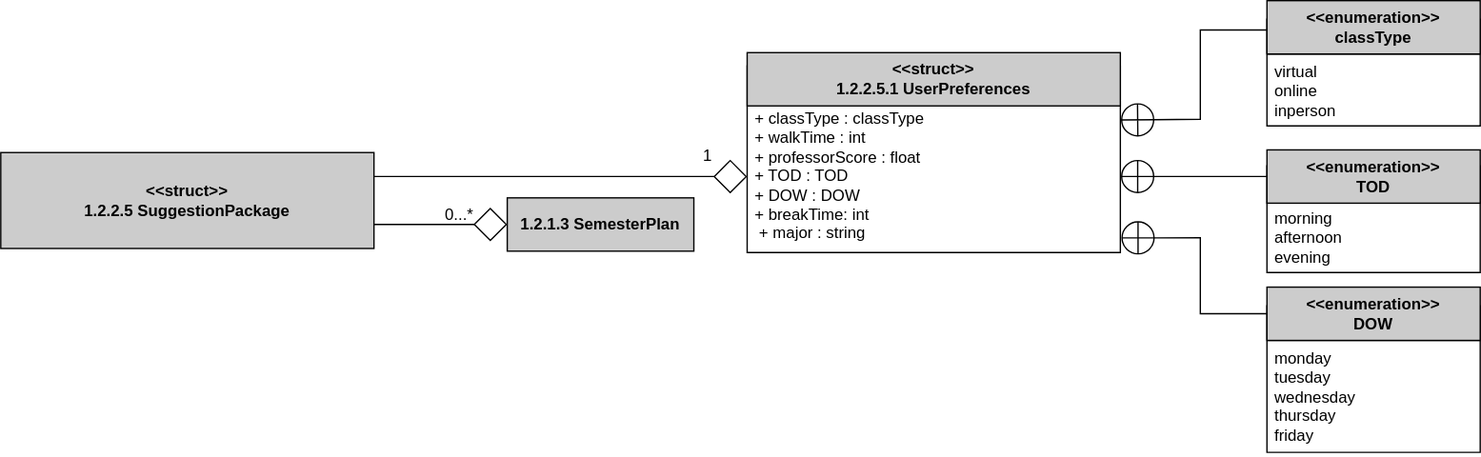
Above: Logic/TeamTwoFiles/1.2.2.5.1UserPreferencesClassDiagram.svg in MckennahPalmer/CSE430 (draw.io), before the change. Source tidied: cells renumbered, new cells last; positions are measured from the earlier drawing's top-left corner, leaving out a move shared by most shapes.
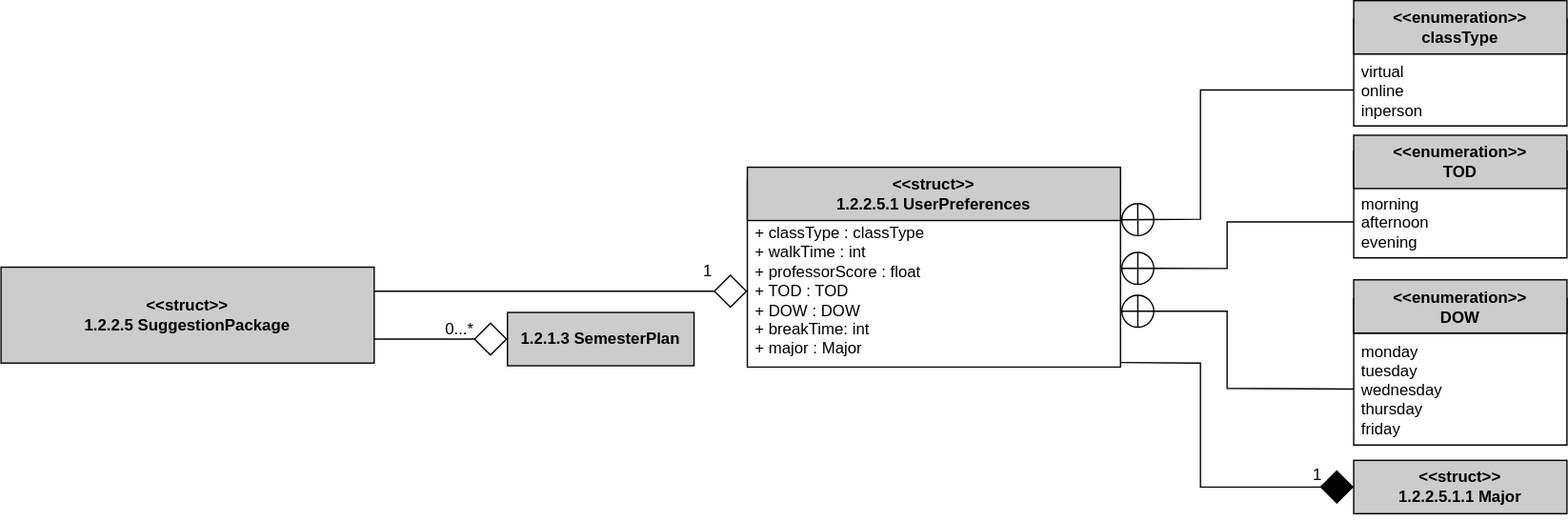
Above is the later version.

Commit message:
Added DIT and Diagram, made edits.

What changed in the source:
```diff
@@ -5,7 +5,7 @@
     <mxCell id="2" value="SuggestionPackage" style="swimlane;fontStyle=1;align=center;verticalAlign=top;horizontal=1;startSize=26;whiteSpace=wrap;html=1;fillColor=#CCCCCC;" parent="1" vertex="1">
       <mxGeometry x="560" y="49" width="280" height="140" as="geometry" />
     </mxCell>
-    <mxCell id="3" value="+ classType : classType&lt;br&gt;+ walkTime : int&lt;br&gt;+ professorScore : float&lt;br&gt;+ TOD : TOD&lt;br&gt;+ DOW : DOW&lt;br&gt;+ breakTime: int&lt;br&gt;&amp;nbsp;+ major : string" style="text;strokeColor=none;fillColor=none;align=left;verticalAlign=top;spacingLeft=4;spacingRight=4;overflow=hidden;points=[[0,0.5],[1,0.5]];portConstraint=eastwest;whiteSpace=wrap;html=1;" parent="2" vertex="1">
+    <mxCell id="3" value="+ classType : classType&lt;br&gt;+ walkTime : int&lt;br&gt;+ professorScore : float&lt;br&gt;+ TOD : TOD&lt;br&gt;+ DOW : DOW&lt;br&gt;+ breakTime: int&lt;br&gt;+ major : Major&lt;div&gt;&lt;br&gt;&lt;/div&gt;" style="text;strokeColor=none;fillColor=none;align=left;verticalAlign=top;spacingLeft=4;spacingRight=4;overflow=hidden;points=[[0,0.2,0,0,0],[0,0.4,0,0,0],[0,0.6,0,0,0],[0,0.8,0,0,0],[1,0.03,0,0,0],[1,0.35,0,0,0],[1,0.65,0,0,0],[1,0.97,0,0,0]];portConstraint=eastwest;whiteSpace=wrap;html=1;" parent="2" vertex="1">
       <mxGeometry y="26" width="280" height="114" as="geometry" />
     </mxCell>
     <mxCell id="4" value="&lt;b&gt;&amp;lt;&amp;lt;struct&amp;gt;&amp;gt;&lt;br style=&quot;border-color: var(--border-color);&quot;&gt;1.2.2.5 SuggestionPackage&lt;/b&gt;" style="rounded=0;whiteSpace=wrap;html=1;fillColor=#CCCCCC;" parent="1" vertex="1">
@@ -15,52 +15,32 @@
       <mxGeometry x="560" y="39" width="280" height="40" as="geometry" />
     </mxCell>
     <mxCell id="6" value="SuggestionPackage" style="swimlane;fontStyle=1;align=center;verticalAlign=top;horizontal=1;startSize=26;whiteSpace=wrap;html=1;fillColor=#CCCCCC;" parent="1" vertex="1">
-      <mxGeometry x="950" y="14" width="160" height="80" as="geometry" />
+      <mxGeometry x="1015" y="-72" width="160" height="80" as="geometry" />
     </mxCell>
     <mxCell id="7" value="virtual&lt;br&gt;online&lt;br&gt;inperson" style="text;strokeColor=none;fillColor=none;align=left;verticalAlign=top;spacingLeft=4;spacingRight=4;overflow=hidden;points=[[0,0.5],[1,0.5]];portConstraint=eastwest;whiteSpace=wrap;html=1;" parent="6" vertex="1">
       <mxGeometry y="26" width="160" height="54" as="geometry" />
     </mxCell>
     <mxCell id="8" value="&lt;b&gt;&amp;lt;&amp;lt;enumeration&amp;gt;&amp;gt;&lt;br style=&quot;border-color: var(--border-color);&quot;&gt;classType&lt;br&gt;&lt;/b&gt;" style="rounded=0;whiteSpace=wrap;html=1;fillColor=#CCCCCC;" parent="1" vertex="1">
-      <mxGeometry x="950" width="160" height="40" as="geometry" />
+      <mxGeometry x="1015" y="-86" width="160" height="40" as="geometry" />
     </mxCell>
     <mxCell id="9" value="SuggestionPackage" style="swimlane;fontStyle=1;align=center;verticalAlign=top;horizontal=1;startSize=26;whiteSpace=wrap;html=1;fillColor=#CCCCCC;" parent="1" vertex="1">
-      <mxGeometry x="950" y="124" width="160" height="80" as="geometry" />
+      <mxGeometry x="1015" y="27" width="160" height="80" as="geometry" />
     </mxCell>
     <mxCell id="10" value="morning&lt;br&gt;afternoon&lt;br&gt;evening" style="text;strokeColor=none;fillColor=none;align=left;verticalAlign=top;spacingLeft=4;spacingRight=4;overflow=hidden;points=[[0,0.5],[1,0.5]];portConstraint=eastwest;whiteSpace=wrap;html=1;" parent="9" vertex="1">
       <mxGeometry y="26" width="160" height="54" as="geometry" />
     </mxCell>
     <mxCell id="11" value="&lt;b&gt;&amp;lt;&amp;lt;enumeration&amp;gt;&amp;gt;&lt;br style=&quot;border-color: var(--border-color);&quot;&gt;TOD&lt;br&gt;&lt;/b&gt;" style="rounded=0;whiteSpace=wrap;html=1;fillColor=#CCCCCC;" parent="1" vertex="1">
-      <mxGeometry x="950" y="112" width="160" height="40" as="geometry" />
+      <mxGeometry x="1015" y="15" width="160" height="40" as="geometry" />
     </mxCell>
     <mxCell id="12" value="SuggestionPackage" style="swimlane;fontStyle=1;align=center;verticalAlign=top;horizontal=1;startSize=26;whiteSpace=wrap;html=1;fillColor=#CCCCCC;" parent="1" vertex="1">
-      <mxGeometry x="950" y="229" width="160" height="110" as="geometry" />
+      <mxGeometry x="1015" y="137.5" width="160" height="110" as="geometry" />
     </mxCell>
     <mxCell id="13" value="monday&lt;br&gt;tuesday&lt;br&gt;wednesday&lt;br&gt;thursday&lt;br&gt;friday" style="text;strokeColor=none;fillColor=none;align=left;verticalAlign=top;spacingLeft=4;spacingRight=4;overflow=hidden;whiteSpace=wrap;html=1;" parent="12" vertex="1">
       <mxGeometry y="26" width="160" height="84" as="geometry" />
     </mxCell>
     <mxCell id="14" value="&lt;b&gt;&amp;lt;&amp;lt;enumeration&amp;gt;&amp;gt;&lt;br style=&quot;border-color: var(--border-color);&quot;&gt;DOW&lt;br&gt;&lt;/b&gt;" style="rounded=0;whiteSpace=wrap;html=1;fillColor=#CCCCCC;" parent="1" vertex="1">
-      <mxGeometry x="950" y="215" width="160" height="40" as="geometry" />
+      <mxGeometry x="1015" y="123.5" width="160" height="40" as="geometry" />
     </mxCell>
-    <mxCell id="15" style="endArrow=circlePlus;html=1;rounded=0;exitX=0;exitY=0.5;exitDx=0;exitDy=0;entryX=1;entryY=0.5;entryDx=0;entryDy=0;endFill=0;endSize=11;" parent="1" edge="1" source="11" target="3">
-      <mxGeometry relative="1" as="geometry" />
-    </mxCell>
-    <mxCell id="16" style="endArrow=circlePlus;html=1;rounded=0;exitX=0;exitY=0.5;exitDx=0;exitDy=0;entryX=1;entryY=0.128;entryDx=0;entryDy=0;endFill=0;endSize=11;entryPerimeter=0;" parent="1" edge="1" target="3">
-      <mxGeometry relative="1" as="geometry">
-        <mxPoint x="950" y="22" as="sourcePoint" />
-        <Array as="points">
-          <mxPoint x="900" y="22" />
-          <mxPoint x="900" y="89" />
-        </Array>
-      </mxGeometry>
-    </mxCell>
-    <mxCell id="17" style="endArrow=circlePlus;html=1;rounded=0;exitX=0;exitY=0.5;exitDx=0;exitDy=0;entryX=1.001;entryY=0.904;entryDx=0;entryDy=0;endFill=0;endSize=11;entryPerimeter=0;" parent="1" edge="1" source="14" target="3">
-      <mxGeometry relative="1" as="geometry">
-        <Array as="points">
-          <mxPoint x="900" y="235" />
-          <mxPoint x="900" y="178" />
-        </Array>
-      </mxGeometry>
-    </mxCell>
     <mxCell id="18" style="endArrow=diamond;html=1;rounded=0;endFill=0;endSize=23;exitX=1;exitY=0.75;exitDx=0;exitDy=0;entryX=0;entryY=0.5;entryDx=0;entryDy=0;" parent="1" edge="1" source="4" target="19">
       <mxGeometry relative="1" as="geometry" />
     </mxCell>
@@ -82,5 +62,45 @@
     <mxCell id="24" value="0...*" style="text;html=1;align=right;verticalAlign=middle;whiteSpace=wrap;rounded=0;" parent="23" vertex="1">
       <mxGeometry width="60" height="30" as="geometry" />
     </mxCell>
+    <mxCell id="25" value="&lt;b&gt;&amp;lt;&amp;lt;struct&amp;gt;&amp;gt;&lt;br style=&quot;border-color: var(--border-color);&quot;&gt;1.2.2.5.1.1 Major&lt;br&gt;&lt;/b&gt;" style="rounded=0;whiteSpace=wrap;html=1;fillColor=#CCCCCC;" parent="1" vertex="1">
+      <mxGeometry x="1015" y="259" width="160" height="40" as="geometry" />
+    </mxCell>
+    <mxCell id="26" style="endArrow=circlePlus;html=1;rounded=0;endFill=0;endSize=11;exitX=0;exitY=0.5;exitDx=0;exitDy=0;entryX=1;entryY=0.03;entryDx=0;entryDy=0;entryPerimeter=0;" parent="1" edge="1" source="7" target="3">
+      <mxGeometry relative="1" as="geometry">
+        <Array as="points">
+          <mxPoint x="900" y="-19" />
+          <mxPoint x="900" y="78" />
+        </Array>
+      </mxGeometry>
+    </mxCell>
+    <mxCell id="27" style="endArrow=circlePlus;html=1;rounded=0;endFill=0;endSize=11;entryX=1;entryY=0.35;entryDx=0;entryDy=0;entryPerimeter=0;exitX=0;exitY=0.5;exitDx=0;exitDy=0;" parent="1" edge="1" source="10" target="3">
+      <mxGeometry relative="1" as="geometry">
+        <Array as="points">
+          <mxPoint x="920" y="80" />
+          <mxPoint x="920" y="115" />
+        </Array>
+      </mxGeometry>
+    </mxCell>
+    <mxCell id="28" style="endArrow=circlePlus;html=1;rounded=0;endFill=0;endSize=11;entryX=1;entryY=0.65;entryDx=0;entryDy=0;entryPerimeter=0;exitX=0;exitY=0.5;exitDx=0;exitDy=0;" parent="1" edge="1">
+      <mxGeometry relative="1" as="geometry">
+        <mxPoint x="1015" y="205.5" as="sourcePoint" />
+        <mxPoint x="840" y="147.1" as="targetPoint" />
+        <Array as="points">
+          <mxPoint x="920" y="205" />
+          <mxPoint x="920" y="147" />
+        </Array>
+      </mxGeometry>
+    </mxCell>
+    <mxCell id="29" style="endArrow=diamond;html=1;rounded=0;endFill=1;endSize=23;exitX=1;exitY=0.97;exitDx=0;exitDy=0;exitPerimeter=0;entryX=0;entryY=0.5;entryDx=0;entryDy=0;" parent="1" edge="1" source="3" target="25">
+      <mxGeometry relative="1" as="geometry">
+        <Array as="points">
+          <mxPoint x="900" y="186" />
+          <mxPoint x="900" y="279" />
+        </Array>
+      </mxGeometry>
+    </mxCell>
+    <mxCell id="30" value="1" style="text;html=1;align=center;verticalAlign=middle;whiteSpace=wrap;rounded=0;" parent="1" vertex="1">
+      <mxGeometry x="958" y="255" width="60" height="30" as="geometry" />
+    </mxCell>
   </root>
 </mxGraphModel>
```
